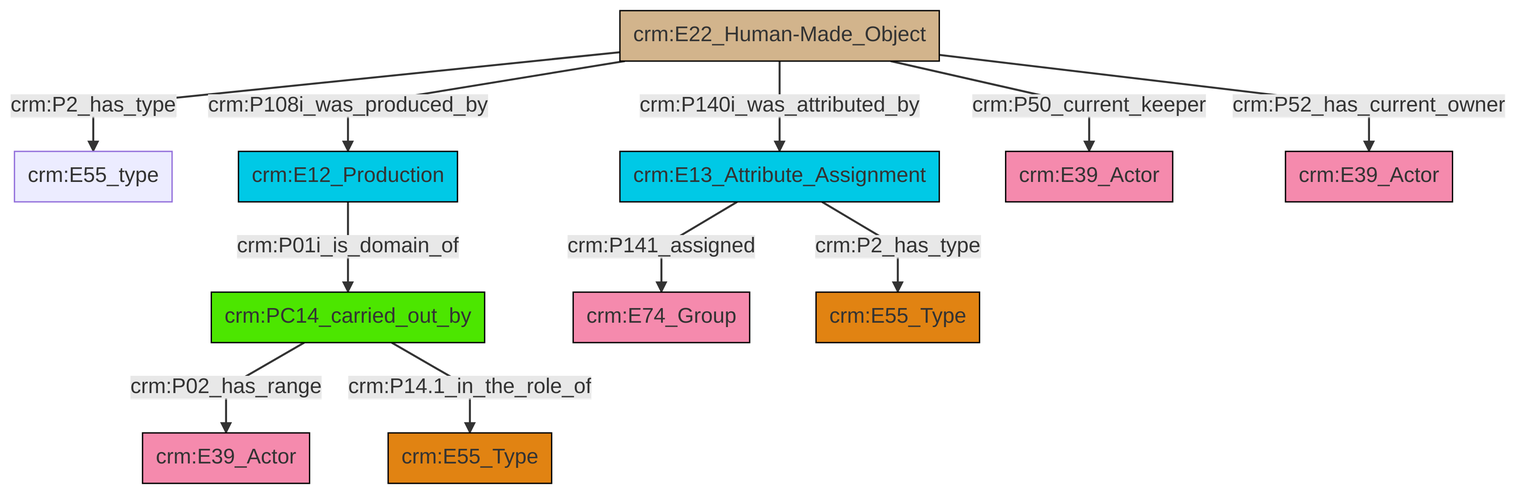
The Mermaid diagram et/artworkCSV/ttl/mmd/png/Artwork_Actor_Relations.png in swiss-art-research-net/reference-data-models, before a commit. Its source is kept beside it as et/artworkCSV/ttl/mmd/Artwork_Actor_Relations.ttl.mmd.
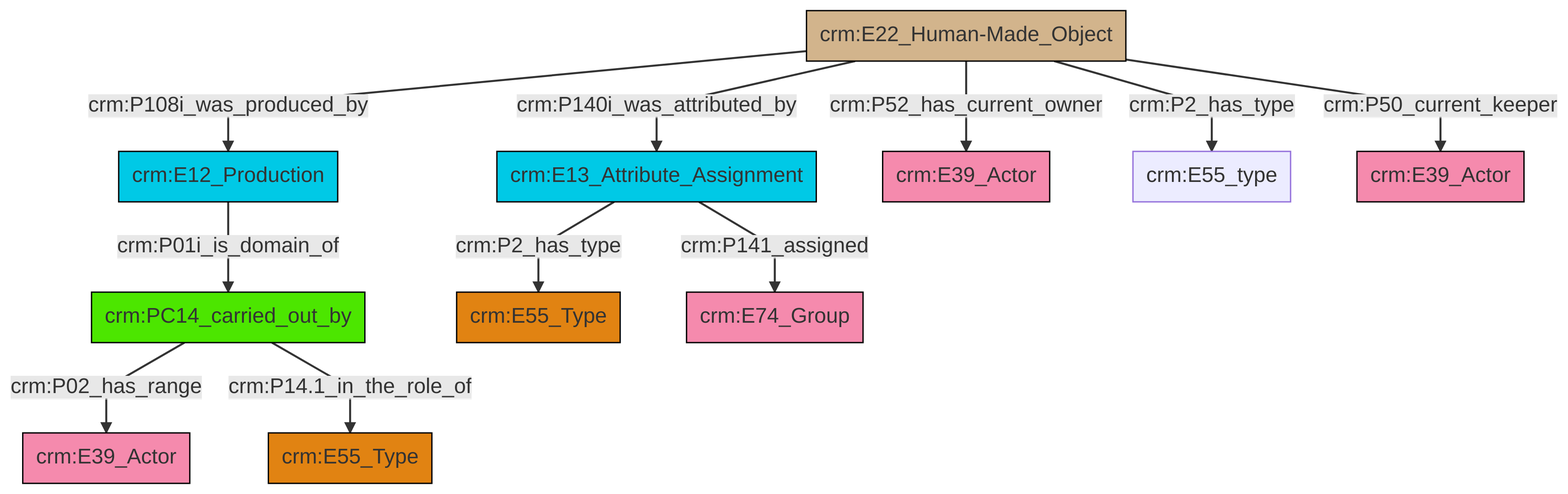
Later version of the same file.

What changed in the source:
```diff
@@ -13,13 +13,13 @@
 classDef PC_Classes fill:#4ce600, stroke:#000000;
 classDef Multi fill:#cccccc,stroke:#000000;
 
-0["crm:E22_Human-Made_Object"]:::Physical_Thing -->|crm:P2_has_type| 1["crm:E55_type"]:::Default
-2["crm:PC14_carried_out_by"]:::PC_Classes -->|crm:P02_has_range| 3["crm:E39_Actor"]:::Actor
-2["crm:PC14_carried_out_by"]:::PC_Classes -->|crm:P14.1_in_the_role_of| 7["crm:E55_Type"]:::Type
-0["crm:E22_Human-Made_Object"]:::Physical_Thing -->|crm:P140i_was_attributed_by| 10["crm:E13_Attribute_Assignment"]:::Temporal_Entity
-0["crm:E22_Human-Made_Object"]:::Physical_Thing -->|crm:P50_current_keeper| 13["crm:E39_Actor"]:::Actor
-10["crm:E13_Attribute_Assignment"]:::Temporal_Entity -->|crm:P141_assigned| 5["crm:E74_Group"]:::Actor
-0["crm:E22_Human-Made_Object"]:::Physical_Thing -->|crm:P52_has_current_owner| 20["crm:E39_Actor"]:::Actor
-10["crm:E13_Attribute_Assignment"]:::Temporal_Entity -->|crm:P2_has_type| 15["crm:E55_Type"]:::Type
-11["crm:E12_Production"]:::Temporal_Entity -->|crm:P01i_is_domain_of| 2["crm:PC14_carried_out_by"]:::PC_Classes
-0["crm:E22_Human-Made_Object"]:::Physical_Thing -->|crm:P108i_was_produced_by| 11["crm:E12_Production"]:::Temporal_Entity
+2["crm:E22_Human-Made_Object"]:::Physical_Thing -->|crm:P140i_was_attributed_by| 3["crm:E13_Attribute_Assignment"]:::Temporal_Entity
+2["crm:E22_Human-Made_Object"]:::Physical_Thing -->|crm:P108i_was_produced_by| 4["crm:E12_Production"]:::Temporal_Entity
+4["crm:E12_Production"]:::Temporal_Entity -->|crm:P01i_is_domain_of| 0["crm:PC14_carried_out_by"]:::PC_Classes
+0["crm:PC14_carried_out_by"]:::PC_Classes -->|crm:P02_has_range| 8["crm:E39_Actor"]:::Actor
+2["crm:E22_Human-Made_Object"]:::Physical_Thing -->|crm:P2_has_type| 15["crm:E55_type"]:::Default
+3["crm:E13_Attribute_Assignment"]:::Temporal_Entity -->|crm:P141_assigned| 11["crm:E74_Group"]:::Actor
+0["crm:PC14_carried_out_by"]:::PC_Classes -->|crm:P14.1_in_the_role_of| 9["crm:E55_Type"]:::Type
+3["crm:E13_Attribute_Assignment"]:::Temporal_Entity -->|crm:P2_has_type| 5["crm:E55_Type"]:::Type
+2["crm:E22_Human-Made_Object"]:::Physical_Thing -->|crm:P50_current_keeper| 17["crm:E39_Actor"]:::Actor
+2["crm:E22_Human-Made_Object"]:::Physical_Thing -->|crm:P52_has_current_owner| 13["crm:E39_Actor"]:::Actor
```
